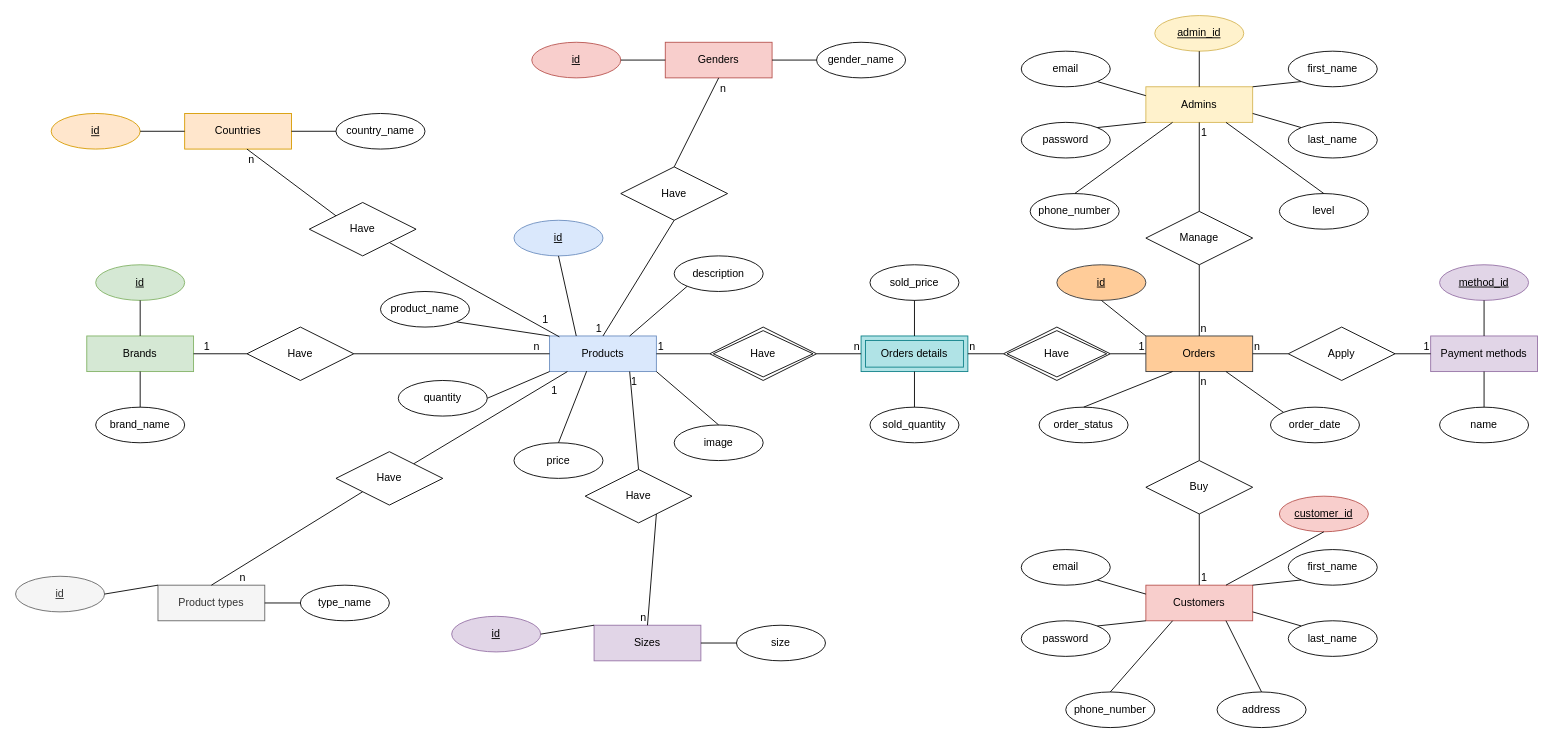
Before: perfume.drawio in tamgtasa2611/perfume_store, a draw.io diagram. Source tidied: cells renumbered, new cells numbered last; positions are measured from the earlier drawing's top-left corner, leaving out a move shared by most shapes. Both pictures are drawn from the tidied source at 89%, with x=0, y=0 at pixel (15, 15).
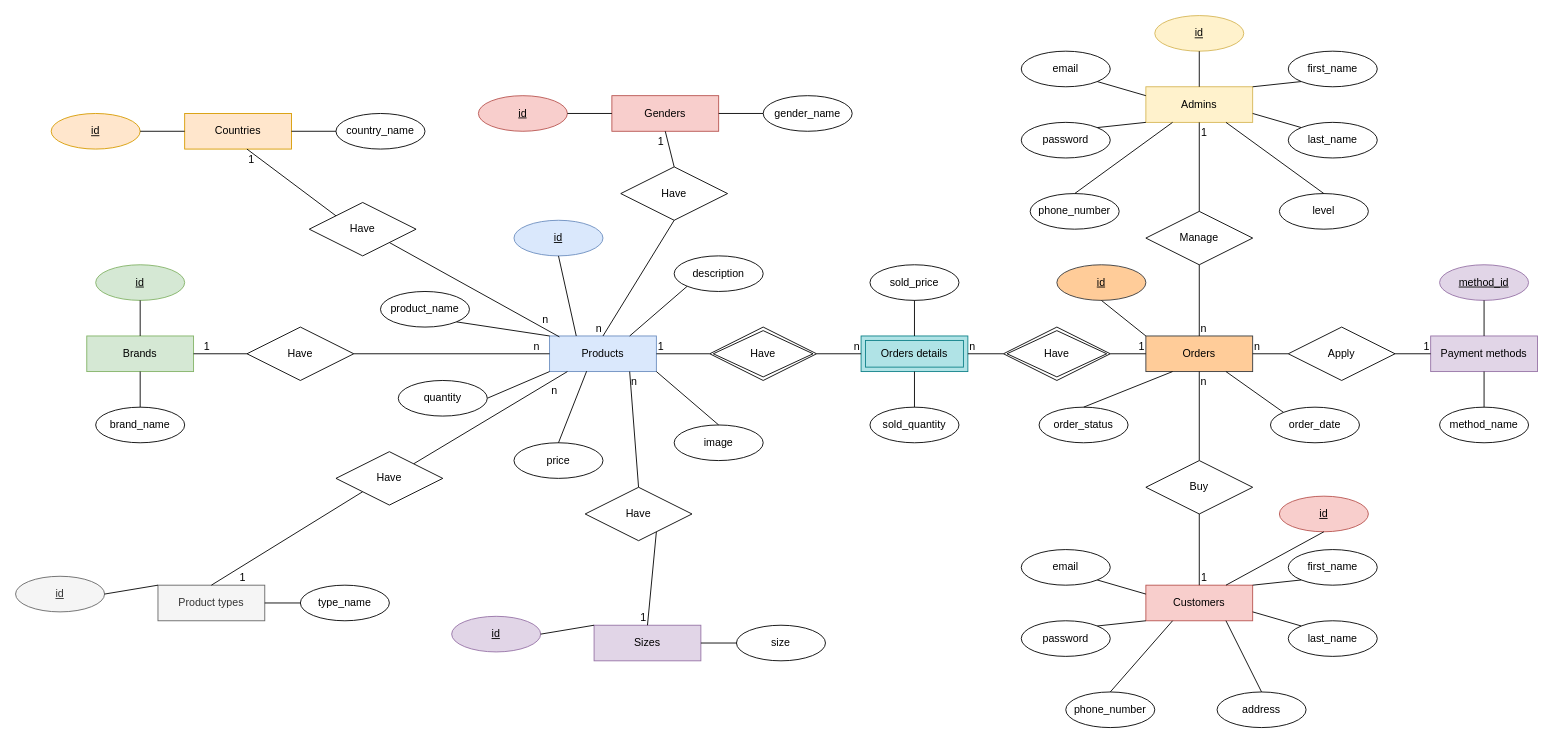
Above is the later version.

Unchanged cells that the change refers to:
```xml
<mxCell id="117" style="endArrow=none;html=1;rounded=0;exitX=1;exitY=1;exitDx=0;exitDy=0;entryX=0.092;entryY=0.025;entryDx=0;entryDy=0;entryPerimeter=0;" parent="1" edge="1" source="126" target="7">
  <mxGeometry relative="1" as="geometry" />
</mxCell>
<mxCell id="119" style="endArrow=none;html=1;rounded=0;exitX=0.5;exitY=1;exitDx=0;exitDy=0;entryX=0.5;entryY=0;entryDx=0;entryDy=0;" parent="1" edge="1" source="123" target="7">
  <mxGeometry relative="1" as="geometry" />
</mxCell>
<mxCell id="121" style="endArrow=none;html=1;rounded=0;exitX=0.5;exitY=1;exitDx=0;exitDy=0;entryX=0.5;entryY=0;entryDx=0;entryDy=0;" parent="1" edge="1" source="23" target="123">
  <mxGeometry relative="1" as="geometry" />
</mxCell>
<mxCell id="124" style="endArrow=none;html=1;rounded=0;exitX=0.583;exitY=1;exitDx=0;exitDy=0;exitPerimeter=0;entryX=0;entryY=0;entryDx=0;entryDy=0;" parent="1" edge="1" source="105" target="126">
  <mxGeometry relative="1" as="geometry" />
</mxCell>
<mxCell id="127" style="endArrow=none;html=1;rounded=0;entryX=0.167;entryY=1;entryDx=0;entryDy=0;entryPerimeter=0;" parent="1" edge="1" source="131" target="7">
  <mxGeometry relative="1" as="geometry" />
</mxCell>
<mxCell id="129" style="endArrow=none;html=1;rounded=0;exitX=0.5;exitY=0;exitDx=0;exitDy=0;entryX=0;entryY=1;entryDx=0;entryDy=0;" parent="1" edge="1" source="28" target="131">
  <mxGeometry relative="1" as="geometry" />
</mxCell>
<mxCell id="132" style="endArrow=none;html=1;rounded=0;exitX=0.75;exitY=1;exitDx=0;exitDy=0;entryX=0.5;entryY=0;entryDx=0;entryDy=0;" parent="1" edge="1" source="136" target="110">
  <mxGeometry relative="1" as="geometry" />
</mxCell>
<mxCell id="134" style="endArrow=none;html=1;rounded=0;exitX=0.75;exitY=1;exitDx=0;exitDy=0;entryX=0.5;entryY=0;entryDx=0;entryDy=0;" parent="1" edge="1" source="7" target="136">
  <mxGeometry relative="1" as="geometry" />
</mxCell>
```

The edit, as a diff of the source:
```diff
@@
     <mxCell id="23" value="Genders" style="rounded=0;whiteSpace=wrap;html=1;fillColor=#f8cecc;strokeColor=#b85450;" parent="1" vertex="1">
-      <mxGeometry x="730" y="30" width="120" height="40" as="geometry" />
+      <mxGeometry x="670" y="90" width="120" height="40" as="geometry" />
     </mxCell>
     <mxCell id="24" value="id" style="ellipse;whiteSpace=wrap;html=1;align=center;fontStyle=4;fillColor=#f8cecc;strokeColor=#b85450;" parent="1" vertex="1">
-      <mxGeometry x="580" y="30" width="100" height="40" as="geometry" />
+      <mxGeometry x="520" y="90" width="100" height="40" as="geometry" />
     </mxCell>
@@
     <mxCell id="26" value="gender_name" style="ellipse;whiteSpace=wrap;html=1;align=center;" parent="1" vertex="1">
-      <mxGeometry x="900" y="30" width="100" height="40" as="geometry" />
+      <mxGeometry x="840" y="90" width="100" height="40" as="geometry" />
     </mxCell>
@@
-    <mxCell id="56" value="customer_id" style="ellipse;whiteSpace=wrap;html=1;align=center;fontStyle=4;fillColor=#f8cecc;strokeColor=#b85450;" parent="1" vertex="1">
+    <mxCell id="56" value="id" style="ellipse;whiteSpace=wrap;html=1;align=center;fontStyle=4;fillColor=#f8cecc;strokeColor=#b85450;" parent="1" vertex="1">
       <mxGeometry x="1420" y="540" width="100" height="40" as="geometry" />
     </mxCell>
@@
-    <mxCell id="76" value="admin_id" style="ellipse;whiteSpace=wrap;html=1;align=center;fontStyle=4;fillColor=#fff2cc;strokeColor=#d6b656;" parent="1" vertex="1">
+    <mxCell id="76" value="id" style="ellipse;whiteSpace=wrap;html=1;align=center;fontStyle=4;fillColor=#fff2cc;strokeColor=#d6b656;" parent="1" vertex="1">
       <mxGeometry x="1280" width="100" height="40" as="geometry" />
     </mxCell>
@@
-    <mxCell id="98" value="name" style="ellipse;whiteSpace=wrap;html=1;align=center;" parent="1" vertex="1">
+    <mxCell id="98" value="method_name" style="ellipse;whiteSpace=wrap;html=1;align=center;" parent="1" vertex="1">
       <mxGeometry x="1600" y="440" width="100" height="40" as="geometry" />
     </mxCell>
@@
-    <mxCell id="118" value="1" style="html=1;whiteSpace=wrap;align=right;verticalAlign=bottom;" parent="117" vertex="1">
+    <mxCell id="118" value="n" style="html=1;whiteSpace=wrap;align=right;verticalAlign=bottom;" parent="117" vertex="1">
       <mxGeometry x="1" relative="1" as="geometry">
         <mxPoint x="-11" y="-11" as="offset" />
       </mxGeometry>
     </mxCell>
@@
-    <mxCell id="120" value="1" style="html=1;whiteSpace=wrap;align=right;verticalAlign=bottom;" parent="119" vertex="1">
+    <mxCell id="120" value="n" style="html=1;whiteSpace=wrap;align=right;verticalAlign=bottom;" parent="119" vertex="1">
       <mxGeometry x="1" relative="1" as="geometry" />
     </mxCell>
@@
-    <mxCell id="122" value="n" style="html=1;whiteSpace=wrap;align=left;verticalAlign=bottom;" parent="121" vertex="1">
+    <mxCell id="122" value="1" style="html=1;whiteSpace=wrap;align=left;verticalAlign=bottom;" parent="121" vertex="1">
       <mxGeometry x="-1" relative="1" as="geometry">
-        <mxPoint y="20" as="offset" />
+        <mxPoint x="-10" y="20" as="offset" />
       </mxGeometry>
     </mxCell>
@@
-    <mxCell id="125" value="n" style="html=1;whiteSpace=wrap;align=left;verticalAlign=bottom;" parent="124" vertex="1">
+    <mxCell id="125" value="1" style="html=1;whiteSpace=wrap;align=left;verticalAlign=bottom;" parent="124" vertex="1">
       <mxGeometry x="-1" relative="1" as="geometry">
         <mxPoint y="20" as="offset" />
       </mxGeometry>
     </mxCell>
@@
-    <mxCell id="128" value="1" style="html=1;whiteSpace=wrap;align=right;verticalAlign=bottom;" parent="127" vertex="1">
+    <mxCell id="128" value="n" style="html=1;whiteSpace=wrap;align=right;verticalAlign=bottom;" parent="127" vertex="1">
       <mxGeometry x="1" relative="1" as="geometry">
         <mxPoint x="-10" y="30" as="offset" />
       </mxGeometry>
     </mxCell>
@@
-    <mxCell id="130" value="n" style="html=1;whiteSpace=wrap;align=left;verticalAlign=bottom;" parent="129" vertex="1">
+    <mxCell id="130" value="1" style="html=1;whiteSpace=wrap;align=left;verticalAlign=bottom;" parent="129" vertex="1">
       <mxGeometry x="-1" relative="1" as="geometry">
         <mxPoint x="30" as="offset" />
       </mxGeometry>
     </mxCell>
@@
-    <mxCell id="133" value="n" style="html=1;whiteSpace=wrap;align=right;verticalAlign=bottom;" parent="132" vertex="1">
+    <mxCell id="133" value="1" style="html=1;whiteSpace=wrap;align=right;verticalAlign=bottom;" parent="132" vertex="1">
       <mxGeometry x="1" relative="1" as="geometry" />
     </mxCell>
@@
-    <mxCell id="135" value="1" style="html=1;whiteSpace=wrap;align=left;verticalAlign=bottom;" parent="134" vertex="1">
+    <mxCell id="135" value="n" style="html=1;whiteSpace=wrap;align=left;verticalAlign=bottom;" parent="134" vertex="1">
       <mxGeometry x="-1" relative="1" as="geometry">
         <mxPoint y="20" as="offset" />
       </mxGeometry>
     </mxCell>
     <mxCell id="136" value="Have" style="shape=rhombus;perimeter=rhombusPerimeter;whiteSpace=wrap;html=1;align=center;" parent="1" vertex="1">
-      <mxGeometry x="640" y="510" width="120" height="60" as="geometry" />
+      <mxGeometry x="640" y="530" width="120" height="60" as="geometry" />
     </mxCell>
```
